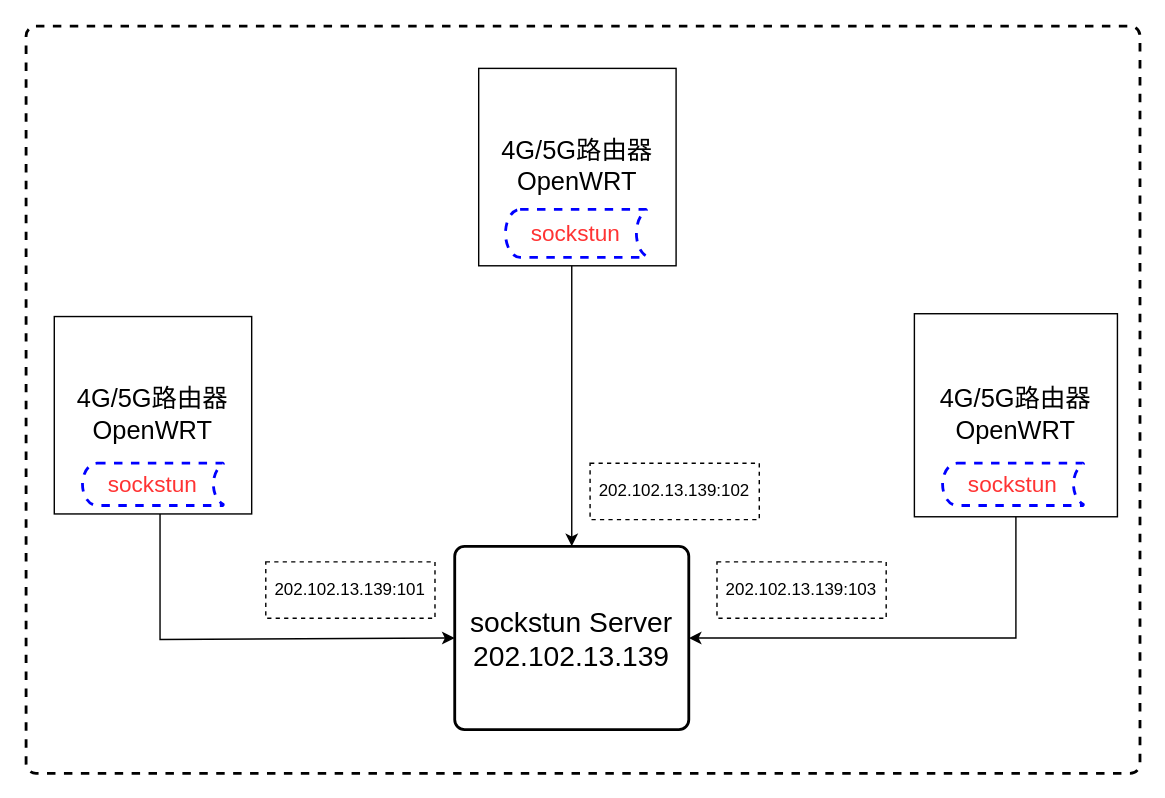
The draw.io diagram sockstun.drawio in nxtreaming/andy_study, before the edit. Source tidied: cells renumbered, new cells numbered last; positions are measured from the earlier drawing's top-left corner, leaving out a move shared by most shapes. Both pictures are drawn from the tidied source at 141%, with x=0, y=0 at pixel (25, 25).
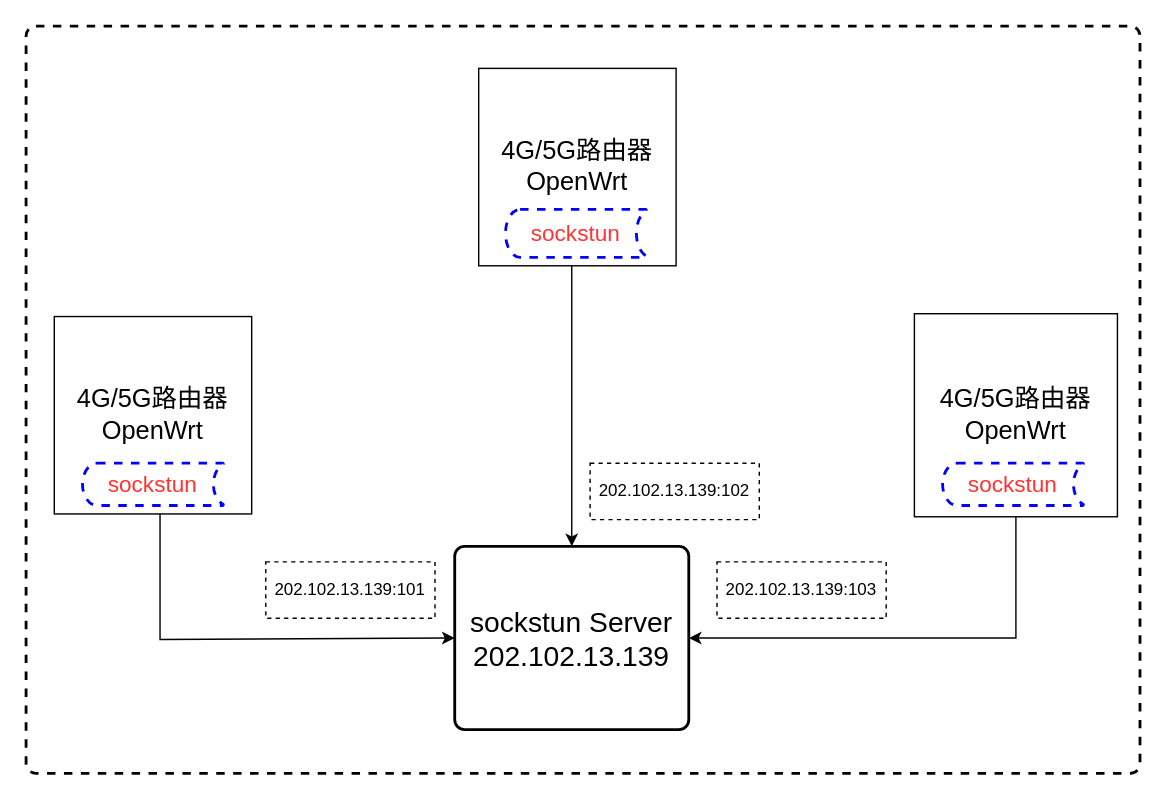
After the change.

Change to the diagram source:
```diff
@@
 <mxGraphModel>
   <root>
     <mxCell id="0" />
     <mxCell id="1" parent="0" />
     <mxCell id="2" style="rounded=1;whiteSpace=wrap;html=1;absoluteArcSize=1;arcSize=14;strokeWidth=2;dashed=1;" parent="1" vertex="1">
       <mxGeometry width="790" height="530" as="geometry" />
     </mxCell>
     <mxCell id="3" style="edgeStyle=orthogonalEdgeStyle;rounded=0;jettySize=auto;html=1;entryX=0;entryY=0.5;entryDx=0;entryDy=0;" parent="1" edge="1" source="4" target="12">
       <mxGeometry relative="1" as="geometry">
         <Array as="points">
           <mxPoint x="95" y="435" />
         </Array>
       </mxGeometry>
     </mxCell>
-    <mxCell id="4" value="4G/5G路由器&lt;br style=&quot;font-size: 18px;&quot;&gt;OpenWRT" style="whiteSpace=wrap;html=1;fontSize=18;" parent="1" vertex="1">
+    <mxCell id="4" value="4G/5G路由器&lt;br style=&quot;font-size: 18px;&quot;&gt;OpenWrt" style="whiteSpace=wrap;html=1;fontSize=18;" parent="1" vertex="1">
       <mxGeometry x="20" y="206" width="140" height="140" as="geometry" />
     </mxCell>
     <mxCell id="5" value="&lt;font color=&quot;#ff3333&quot; style=&quot;font-size: 16px;&quot;&gt;sockstun&lt;/font&gt;" style="strokeWidth=2;html=1;shape=mxgraph.flowchart.stored_data;whiteSpace=wrap;dashed=1;strokeColor=#0000FF;" parent="1" vertex="1">
       <mxGeometry x="40" y="310" width="100" height="30" as="geometry" />
     </mxCell>
     <mxCell id="6" style="edgeStyle=orthogonalEdgeStyle;rounded=0;jettySize=auto;html=1;exitX=0.5;exitY=1;exitDx=0;exitDy=0;entryX=0.5;entryY=0;entryDx=0;entryDy=0;" parent="1" edge="1" source="7" target="12">
       <mxGeometry relative="1" as="geometry">
         <Array as="points">
           <mxPoint x="387" y="116" />
         </Array>
       </mxGeometry>
     </mxCell>
-    <mxCell id="7" value="4G/5G路由器&lt;br style=&quot;font-size: 18px;&quot;&gt;OpenWRT" style="whiteSpace=wrap;html=1;fontSize=18;" parent="1" vertex="1">
+    <mxCell id="7" value="4G/5G路由器&lt;br style=&quot;font-size: 18px;&quot;&gt;OpenWrt" style="whiteSpace=wrap;html=1;fontSize=18;" parent="1" vertex="1">
       <mxGeometry x="321" y="30" width="140" height="140" as="geometry" />
     </mxCell>
     <mxCell id="8" value="&lt;font color=&quot;#ff3333&quot; style=&quot;font-size: 16px;&quot;&gt;sockstun&lt;/font&gt;" style="strokeWidth=2;html=1;shape=mxgraph.flowchart.stored_data;whiteSpace=wrap;dashed=1;strokeColor=#0000FF;" parent="1" vertex="1">
       <mxGeometry x="340" y="130" width="100" height="34" as="geometry" />
     </mxCell>
     <mxCell id="9" style="edgeStyle=orthogonalEdgeStyle;rounded=0;jettySize=auto;html=1;exitX=0.5;exitY=1;exitDx=0;exitDy=0;entryX=1;entryY=0.5;entryDx=0;entryDy=0;" parent="1" edge="1" source="10" target="12">
       <mxGeometry relative="1" as="geometry" />
     </mxCell>
-    <mxCell id="10" value="4G/5G路由器&lt;br style=&quot;font-size: 18px;&quot;&gt;OpenWRT" style="whiteSpace=wrap;html=1;fontSize=18;" parent="1" vertex="1">
+    <mxCell id="10" value="4G/5G路由器&lt;br style=&quot;font-size: 18px;&quot;&gt;OpenWrt" style="whiteSpace=wrap;html=1;fontSize=18;" parent="1" vertex="1">
       <mxGeometry x="630" y="204" width="144" height="144" as="geometry" />
     </mxCell>
     <mxCell id="11" value="&lt;font color=&quot;#ff3333&quot; style=&quot;font-size: 16px;&quot;&gt;sockstun&lt;/font&gt;" style="strokeWidth=2;html=1;shape=mxgraph.flowchart.stored_data;whiteSpace=wrap;dashed=1;strokeColor=#0000FF;" parent="1" vertex="1">
       <mxGeometry x="650" y="310" width="100" height="30" as="geometry" />
     </mxCell>
     <mxCell id="12" value="&lt;font style=&quot;font-size: 20px;&quot;&gt;sockstun Server&lt;br&gt;202.102.13.139&lt;br&gt;&lt;/font&gt;" style="rounded=1;whiteSpace=wrap;html=1;absoluteArcSize=1;arcSize=14;strokeWidth=2;" parent="1" vertex="1">
       <mxGeometry x="304" y="369" width="166" height="130" as="geometry" />
     </mxCell>
     <mxCell id="13" value="202.102.13.139:101" style="rounded=0;whiteSpace=wrap;html=1;dashed=1;" parent="1" vertex="1">
       <mxGeometry x="170" y="380" width="120" height="40" as="geometry" />
     </mxCell>
     <mxCell id="14" value="202.102.13.139:102" style="rounded=0;whiteSpace=wrap;html=1;dashed=1;" parent="1" vertex="1">
       <mxGeometry x="400" y="310" width="120" height="40" as="geometry" />
     </mxCell>
     <mxCell id="15" value="202.102.13.139:103" style="rounded=0;whiteSpace=wrap;html=1;strokeColor=default;dashed=1;" parent="1" vertex="1">
       <mxGeometry x="490" y="380" width="120" height="40" as="geometry" />
     </mxCell>
     <mxCell id="16" style="edgeStyle=orthogonalEdgeStyle;rounded=0;orthogonalLoop=1;jettySize=auto;html=1;exitX=0.5;exitY=1;exitDx=0;exitDy=0;" parent="1" edge="1" source="15" target="15">
       <mxGeometry relative="1" as="geometry" />
     </mxCell>
   </root>
 </mxGraphModel>
```
